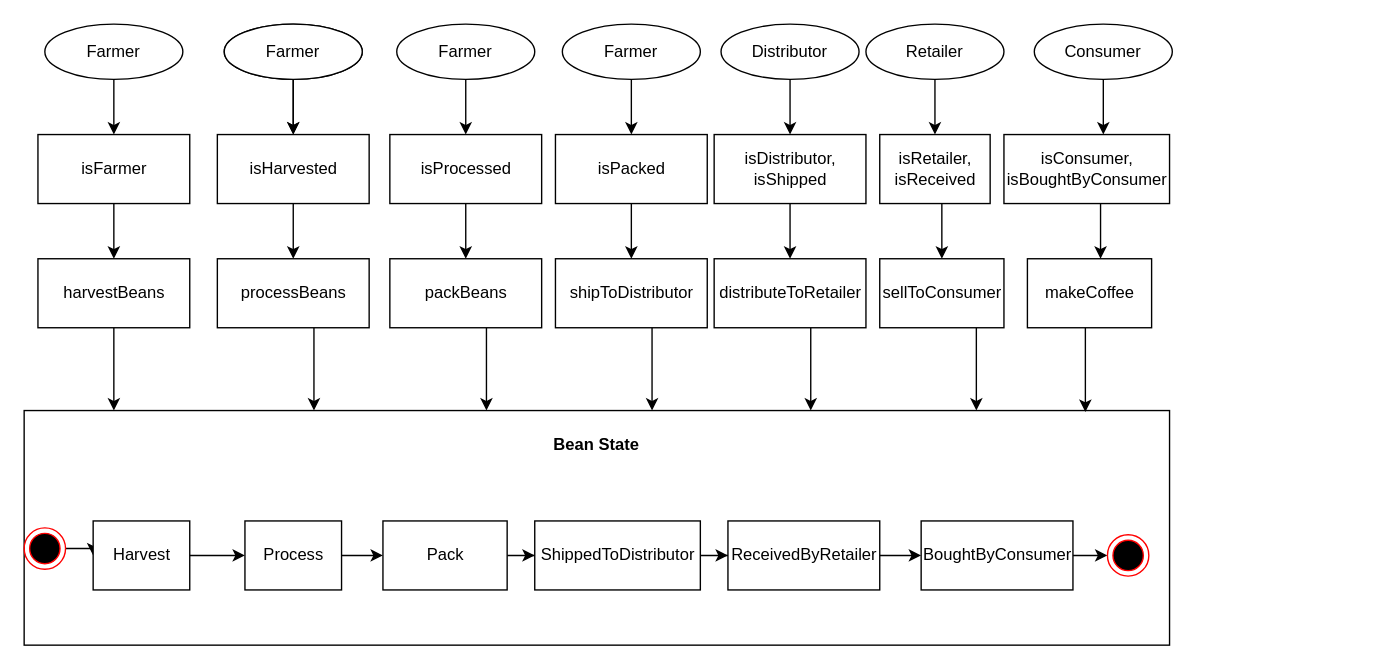
This is uml/state-diagram.drawio from nathanrhoda/supply-chain-dapp, a draw.io file, before an edit. Source tidied: cells renumbered, new cells numbered last; positions are measured from the earlier drawing's top-left corner, leaving out a move shared by most shapes. Both pictures are drawn from the tidied source at 138%, with x=0, y=0 at pixel (23, 23).
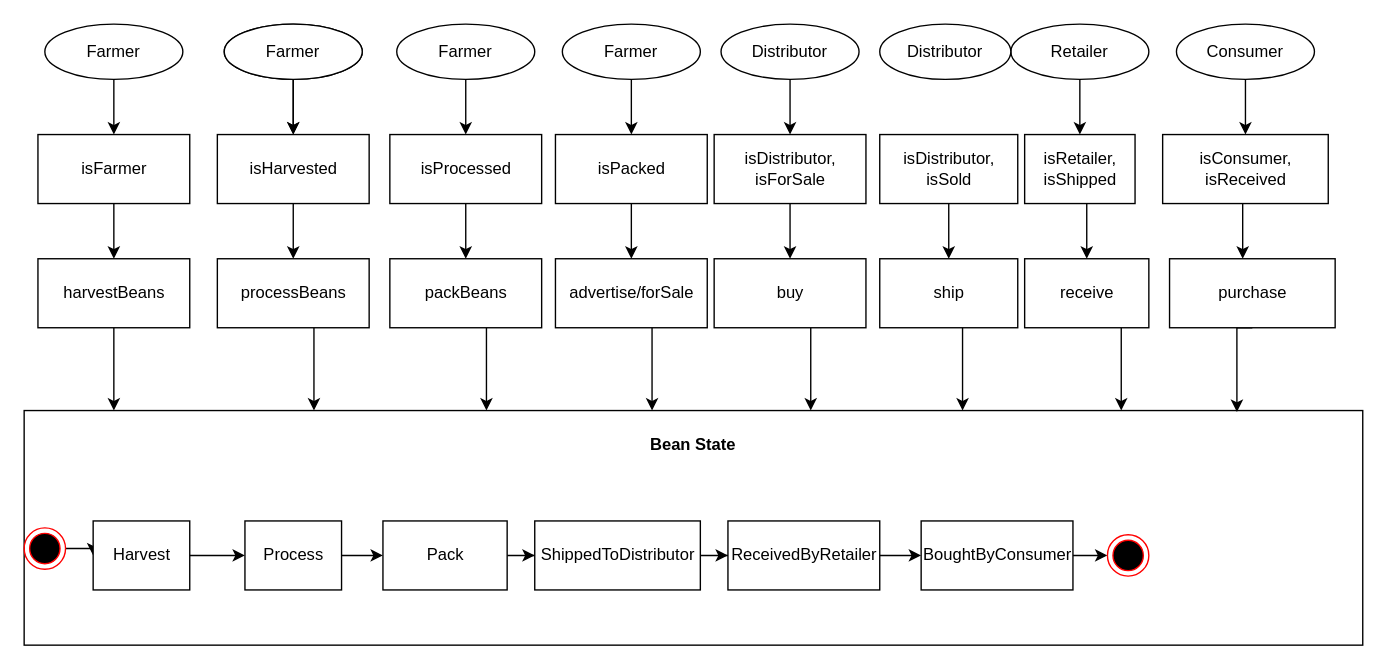
The same page after the edit.

Commit message (it also covers changes not shown here):
state diagram updated

The edit, as a diff of the source:
```diff
@@
     <mxCell id="2" value="&lt;p style=&quot;margin: 0px ; margin-top: 4px ; text-align: center&quot;&gt;&lt;br&gt;&lt;b&gt;Bean State&lt;/b&gt;&lt;/p&gt;" style="verticalAlign=top;align=left;overflow=fill;fontSize=12;fontFamily=Helvetica;html=1;" parent="1" vertex="1">
-      <mxGeometry y="280" width="830" height="170" as="geometry" />
+      <mxGeometry y="280" width="970" height="170" as="geometry" />
     </mxCell>
@@
-    <mxCell id="41" value="shipToDistributor" style="html=1;" parent="1" vertex="1">
+    <mxCell id="41" value="advertise/forSale" style="html=1;" parent="1" vertex="1">
       <mxGeometry x="385" y="170" width="110" height="50" as="geometry" />
     </mxCell>
@@
-    <mxCell id="45" value="isDistributor, &lt;br&gt;isShipped" style="html=1;" parent="1" vertex="1">
+    <mxCell id="45" value="isDistributor, &lt;br&gt;isForSale" style="html=1;" parent="1" vertex="1">
       <mxGeometry x="500" y="80" width="110" height="50" as="geometry" />
     </mxCell>
@@
-    <mxCell id="47" value="distributeToRetailer" style="html=1;" parent="1" vertex="1">
+    <mxCell id="47" value="buy" style="html=1;" parent="1" vertex="1">
       <mxGeometry x="500" y="170" width="110" height="50" as="geometry" />
     </mxCell>
@@
     <mxCell id="50" style="edgeStyle=orthogonalEdgeStyle;rounded=0;jettySize=auto;html=1;" parent="1" edge="1" source="51" target="53">
       <mxGeometry relative="1" as="geometry">
         <Array as="points">
-          <mxPoint x="665" y="140" />
-          <mxPoint x="665" y="140" />
+          <mxPoint x="770" y="140" />
+          <mxPoint x="770" y="140" />
         </Array>
       </mxGeometry>
     </mxCell>
-    <mxCell id="51" value="isRetailer, &lt;br&gt;isReceived" style="html=1;" parent="1" vertex="1">
-      <mxGeometry x="620" y="80" width="80" height="50" as="geometry" />
+    <mxCell id="51" value="isRetailer, &lt;br&gt;isShipped" style="html=1;" parent="1" vertex="1">
+      <mxGeometry x="725" y="80" width="80" height="50" as="geometry" />
     </mxCell>
     <mxCell id="52" style="edgeStyle=orthogonalEdgeStyle;rounded=0;jettySize=auto;html=1;" parent="1" edge="1" source="53">
       <mxGeometry relative="1" as="geometry">
-        <mxPoint x="690" y="280" as="targetPoint" />
+        <mxPoint x="795" y="280" as="targetPoint" />
         <Array as="points">
-          <mxPoint x="690" y="270" />
-          <mxPoint x="690" y="270" />
+          <mxPoint x="795" y="270" />
+          <mxPoint x="795" y="270" />
         </Array>
       </mxGeometry>
     </mxCell>
-    <mxCell id="53" value="sellToConsumer" style="html=1;" parent="1" vertex="1">
-      <mxGeometry x="620" y="170" width="90" height="50" as="geometry" />
+    <mxCell id="53" value="receive" style="html=1;" parent="1" vertex="1">
+      <mxGeometry x="725" y="170" width="90" height="50" as="geometry" />
     </mxCell>
     <mxCell id="54" value="Retailer" style="ellipse;whiteSpace=wrap;html=1;align=center;" parent="1" vertex="1">
-      <mxGeometry x="610" width="100" height="40" as="geometry" />
+      <mxGeometry x="715" width="100" height="40" as="geometry" />
     </mxCell>
@@
-    <mxCell id="56" style="edgeStyle=orthogonalEdgeStyle;rounded=0;jettySize=auto;html=1;" parent="1" edge="1" source="57" target="59">
+    <mxCell id="56" style="edgeStyle=orthogonalEdgeStyle;rounded=0;jettySize=auto;html=1;" parent="1" edge="1" target="59">
       <mxGeometry relative="1" as="geometry">
+        <mxPoint x="883" y="130" as="sourcePoint" />
         <Array as="points">
-          <mxPoint x="780" y="160" />
-          <mxPoint x="780" y="160" />
+          <mxPoint x="883" y="160" />
+          <mxPoint x="883" y="160" />
         </Array>
       </mxGeometry>
     </mxCell>
-    <mxCell id="57" value="isConsumer, &lt;br&gt;isBoughtByConsumer" style="html=1;" parent="1" vertex="1">
-      <mxGeometry x="710" y="80" width="120" height="50" as="geometry" />
+    <mxCell id="57" value="isConsumer, &lt;br&gt;isReceived" style="html=1;" parent="1" vertex="1">
+      <mxGeometry x="825" y="80" width="120" height="50" as="geometry" />
     </mxCell>
-    <mxCell id="58" style="edgeStyle=orthogonalEdgeStyle;rounded=0;jettySize=auto;html=1;" parent="1" edge="1" source="59">
+    <mxCell id="58" style="edgeStyle=orthogonalEdgeStyle;rounded=0;jettySize=auto;html=1;exitX=0.5;exitY=1;exitDx=0;exitDy=0;entryX=0.906;entryY=0.006;entryDx=0;entryDy=0;entryPerimeter=0;" parent="1" edge="1" source="59" target="2">
       <mxGeometry relative="1" as="geometry">
-        <mxPoint x="769" y="281" as="targetPoint" />
         <Array as="points">
-          <mxPoint x="769" y="250" />
-          <mxPoint x="769" y="250" />
+          <mxPoint x="879" y="220" />
         </Array>
       </mxGeometry>
     </mxCell>
-    <mxCell id="59" value="makeCoffee" style="html=1;" parent="1" vertex="1">
-      <mxGeometry x="727" y="170" width="90" height="50" as="geometry" />
+    <mxCell id="59" value="purchase" style="html=1;" parent="1" vertex="1">
+      <mxGeometry x="830" y="170" width="120" height="50" as="geometry" />
     </mxCell>
     <mxCell id="60" value="Consumer" style="ellipse;whiteSpace=wrap;html=1;align=center;" parent="1" vertex="1">
-      <mxGeometry x="732" width="100" height="40" as="geometry" />
+      <mxGeometry x="835" width="100" height="40" as="geometry" />
     </mxCell>
     <mxCell id="61" style="edgeStyle=orthogonalEdgeStyle;rounded=0;jettySize=auto;html=1;" parent="1" edge="1" source="60">
       <mxGeometry relative="1" as="geometry">
-        <mxPoint x="782" y="80" as="targetPoint" />
+        <mxPoint x="885" y="80" as="targetPoint" />
       </mxGeometry>
     </mxCell>
+    <mxCell id="62" style="edgeStyle=orthogonalEdgeStyle;rounded=0;jettySize=auto;html=1;" parent="1" edge="1" source="63" target="65">
+      <mxGeometry relative="1" as="geometry" />
+    </mxCell>
+    <mxCell id="63" value="isDistributor, &lt;br&gt;isSold" style="html=1;" parent="1" vertex="1">
+      <mxGeometry x="620" y="80" width="100" height="50" as="geometry" />
+    </mxCell>
+    <mxCell id="64" style="edgeStyle=orthogonalEdgeStyle;rounded=0;jettySize=auto;html=1;" parent="1" edge="1" source="65">
+      <mxGeometry relative="1" as="geometry">
+        <mxPoint x="680" y="280" as="targetPoint" />
+        <Array as="points">
+          <mxPoint x="680" y="270" />
+          <mxPoint x="680" y="270" />
+        </Array>
+      </mxGeometry>
+    </mxCell>
+    <mxCell id="65" value="ship" style="html=1;" parent="1" vertex="1">
+      <mxGeometry x="620" y="170" width="100" height="50" as="geometry" />
+    </mxCell>
+    <mxCell id="66" value="Distributor" style="ellipse;whiteSpace=wrap;html=1;align=center;" parent="1" vertex="1">
+      <mxGeometry x="620" width="95" height="40" as="geometry" />
+    </mxCell>
```
